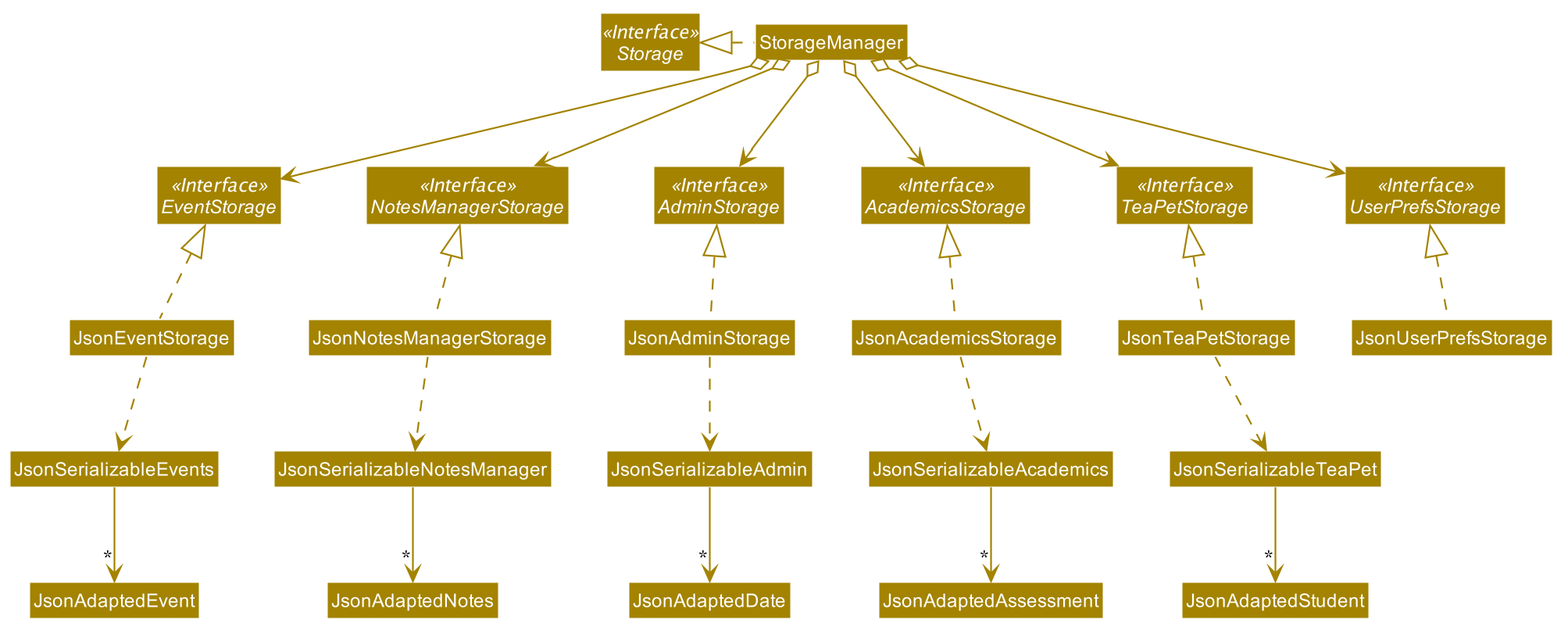
Before: docs/images/StorageClassDiagram.png, a diagram exported from PlantUML (tingalinga/main).
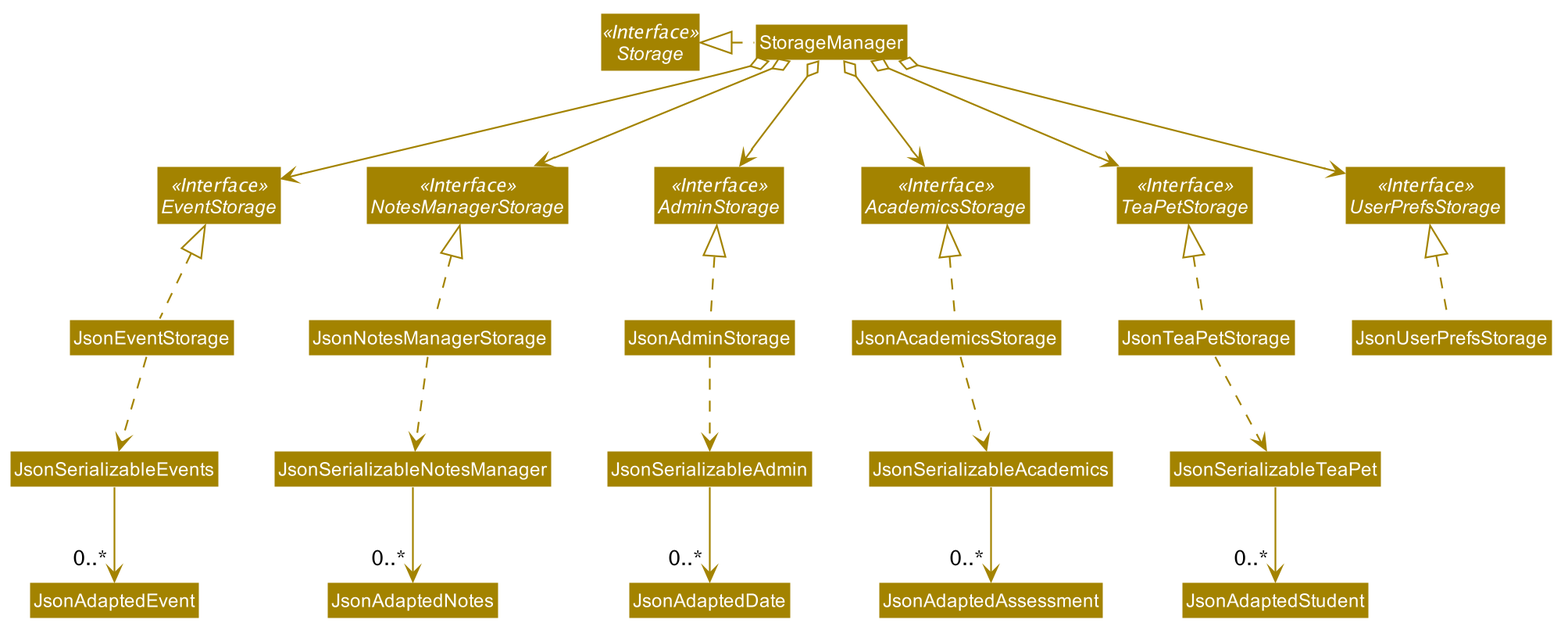
Above is the later version.

What changed in the source:
```diff
@@ -80,22 +80,22 @@
 
 JsonTeaPetStorage .up.|> TeaPetStorage
 JsonTeaPetStorage .down.> JsonSerializableTeaPet
-JsonSerializableTeaPet --> "*" JsonAdaptedStudent
+JsonSerializableTeaPet --> "0..*" JsonAdaptedStudent
 
 JsonAcademicsStorage .up.|> AcademicsStorage
 JsonAcademicsStorage .down.> JsonSerializableAcademics
-JsonSerializableAcademics --> "*" JsonAdaptedAssessment
+JsonSerializableAcademics --> "0..*" JsonAdaptedAssessment
 
 JsonAdminStorage .up.|> AdminStorage
 JsonAdminStorage .down.> JsonSerializableAdmin
-JsonSerializableAdmin --> "*" JsonAdaptedDate
+JsonSerializableAdmin --> "0..*" JsonAdaptedDate
 
 JsonNotesManagerStorage .up.|> NotesManagerStorage
 JsonNotesManagerStorage .down.> JsonSerializableNotesManager
-JsonSerializableNotesManager --> "*" JsonAdaptedNotes
+JsonSerializableNotesManager --> "0..*" JsonAdaptedNotes
 
 JsonEventStorage .up.|> EventStorage
 JsonEventStorage .down.> JsonSerializableEvents
-JsonSerializableEvents --> "*" JsonAdaptedEvent
+JsonSerializableEvents --> "0..*" JsonAdaptedEvent
 
 @enduml
```
